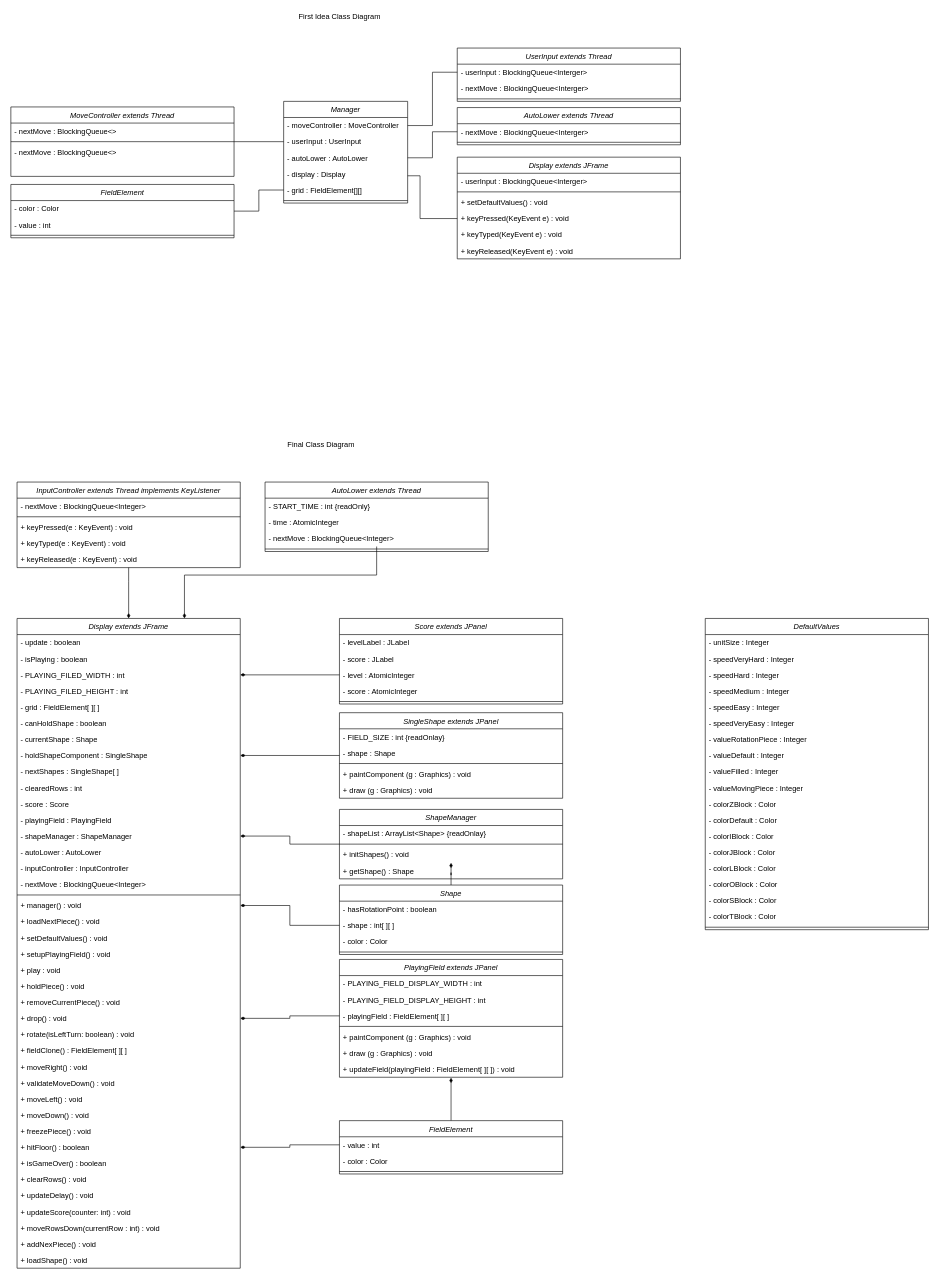
This is UML.drawio from andrinklarer/Tetris, a draw.io file, before an edit. Source tidied: cells renumbered, new cells numbered last; positions are measured from the earlier drawing's top-left corner, leaving out a move shared by most shapes. Both pictures are drawn from the tidied source at 62%, with x=0, y=0 at pixel (11, 11).
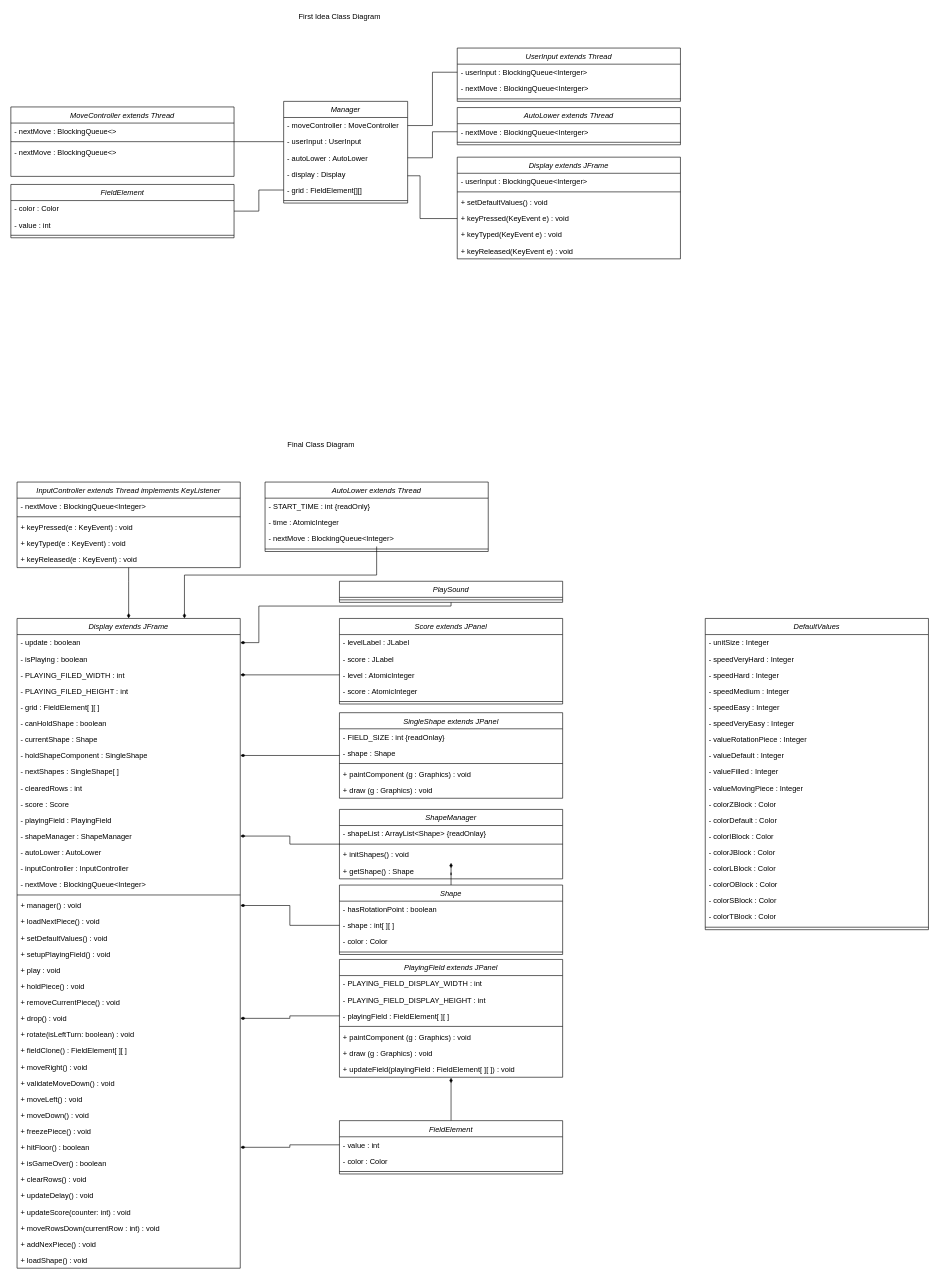
Above is the later version.

Unchanged cells that the change refers to:
```xml
<mxCell id="37" value="- update : boolean" style="text;align=left;verticalAlign=top;spacingLeft=4;spacingRight=4;overflow=hidden;points=[[0,0.5],[1,0.5]];portConstraint=eastwest;rounded=0;shadow=0;html=0;" parent="36" vertex="1">
  <mxGeometry y="26" width="360" height="26" as="geometry" />
</mxCell>
```

Diff of the diagram source:
```diff
@@
+    <mxCell id="154" style="edgeStyle=orthogonalEdgeStyle;rounded=0;jettySize=auto;html=1;entryX=1;entryY=0.5;entryDx=0;entryDy=0;endArrow=diamondThin;endFill=1;" parent="1" edge="1" source="155" target="37">
+      <mxGeometry relative="1" as="geometry">
+        <Array as="points">
+          <mxPoint x="710" y="960" />
+          <mxPoint x="400" y="960" />
+          <mxPoint x="400" y="1019" />
+        </Array>
+      </mxGeometry>
+    </mxCell>
+    <mxCell id="155" value="PlaySound" style="swimlane;fontStyle=2;align=center;verticalAlign=top;horizontal=1;startSize=26;rounded=0;shadow=0;strokeWidth=1;" parent="1" vertex="1">
+      <mxGeometry x="530" y="920" width="360" height="34" as="geometry" />
+    </mxCell>
+    <mxCell id="156" style="line;html=1;strokeWidth=1;align=left;verticalAlign=middle;spacingTop=-1;spacingLeft=3;spacingRight=3;labelPosition=right;" parent="155" vertex="1">
+      <mxGeometry y="26" width="360" height="8" as="geometry" />
+    </mxCell>
```
